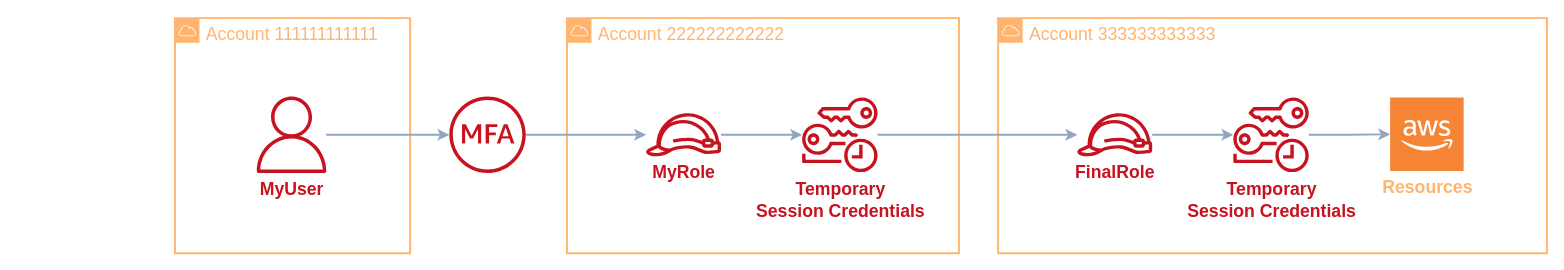
Earlier version of the draw.io diagram docs/role-chaining.drawio (aripalo/vegas-credentials). Source tidied: cells renumbered, new cells numbered last; positions are measured from the earlier drawing's top-left corner, leaving out a move shared by most shapes. Both pictures are drawn from the tidied source at 98%, with x=0, y=0 at pixel (174, 18).
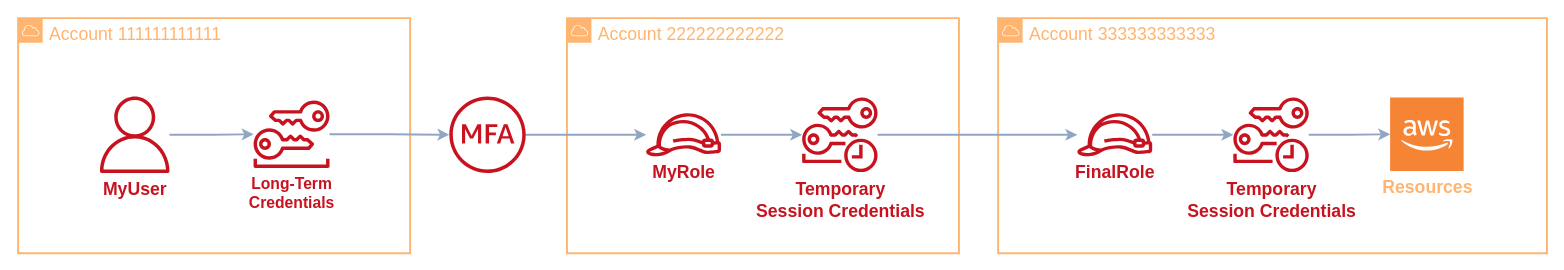
After the change.

Commit message (it also covers changes not shown here):
docs: improve role-chaining diagram

The edit, as a diff of the source:
```diff
@@
 <mxGraphModel>
   <root>
     <mxCell id="0" />
     <mxCell id="1" parent="0" />
     <mxCell id="2" value="Account 111111111111" style="gradientColor=none;html=1;whiteSpace=wrap;fontSize=18;fontStyle=0;shape=mxgraph.aws4.group;grIcon=mxgraph.aws4.group_aws_cloud;fillColor=none;verticalAlign=top;align=left;spacingLeft=30;dashed=0;strokeColor=#FFB570;fontColor=#FFB570;strokeWidth=2;" parent="1" vertex="1">
-      <mxGeometry width="240" height="240" as="geometry" />
+      <mxGeometry x="-160" width="400" height="240" as="geometry" />
     </mxCell>
     <mxCell id="3" value="Account 222222222222" style="gradientColor=none;html=1;whiteSpace=wrap;fontSize=18;fontStyle=0;shape=mxgraph.aws4.group;grIcon=mxgraph.aws4.group_aws_cloud;fillColor=none;verticalAlign=top;align=left;spacingLeft=30;dashed=0;strokeColor=#FFB570;fontColor=#FFB570;strokeWidth=2;" parent="1" vertex="1">
       <mxGeometry x="400" width="400" height="240" as="geometry" />
     </mxCell>
     <mxCell id="4" value="Account 333333333333" style="gradientColor=none;html=1;whiteSpace=wrap;fontSize=18;fontStyle=0;shape=mxgraph.aws4.group;grIcon=mxgraph.aws4.group_aws_cloud;fillColor=none;verticalAlign=top;align=left;spacingLeft=30;dashed=0;strokeColor=#FFB570;fontColor=#FFB570;strokeWidth=2;" parent="1" vertex="1">
       <mxGeometry x="840" width="560" height="240" as="geometry" />
     </mxCell>
     <mxCell id="5" style="edgeStyle=orthogonalEdgeStyle;rounded=0;jettySize=auto;html=1;fontSize=18;fontColor=#C7131F;strokeColor=#90A6C2;strokeWidth=2;" parent="1" edge="1" source="6" target="16">
       <mxGeometry relative="1" as="geometry" />
     </mxCell>
     <mxCell id="6" value="FinalRole" style="outlineConnect=0;gradientColor=none;fillColor=#C7131F;strokeColor=none;dashed=0;verticalLabelPosition=bottom;verticalAlign=top;align=center;html=1;fontSize=18;fontStyle=1;shape=mxgraph.aws4.role;fontColor=#C7131F;" parent="1" vertex="1">
       <mxGeometry x="920" y="97" width="78" height="44" as="geometry" />
     </mxCell>
     <mxCell id="7" style="edgeStyle=orthogonalEdgeStyle;rounded=0;jettySize=auto;html=1;fontSize=18;fontColor=#C7131F;strokeColor=#90A6C2;strokeWidth=2;" parent="1" edge="1" source="8" target="10">
       <mxGeometry relative="1" as="geometry" />
     </mxCell>
     <mxCell id="8" value="MyRole" style="outlineConnect=0;gradientColor=none;fillColor=#C7131F;strokeColor=none;dashed=0;verticalLabelPosition=bottom;verticalAlign=top;align=center;html=1;fontSize=18;fontStyle=1;shape=mxgraph.aws4.role;fontColor=#C7131F;" parent="1" vertex="1">
       <mxGeometry x="480" y="97" width="78" height="44" as="geometry" />
     </mxCell>
     <mxCell id="9" style="edgeStyle=orthogonalEdgeStyle;rounded=0;jettySize=auto;html=1;fontSize=18;fontColor=#C7131F;strokeColor=#90A6C2;strokeWidth=2;" parent="1" edge="1" source="10" target="6">
       <mxGeometry relative="1" as="geometry" />
     </mxCell>
     <mxCell id="10" value="Temporary&lt;br&gt;Session Credentials" style="outlineConnect=0;gradientColor=none;fillColor=#C7131F;strokeColor=none;dashed=0;verticalLabelPosition=bottom;verticalAlign=top;align=center;html=1;fontSize=18;fontStyle=1;shape=mxgraph.aws4.temporary_security_credential;fontColor=#C7131F;" parent="1" vertex="1">
       <mxGeometry x="640" y="80" width="77" height="78" as="geometry" />
     </mxCell>
     <mxCell id="11" style="edgeStyle=orthogonalEdgeStyle;rounded=0;jettySize=auto;html=1;fontSize=18;fontColor=#C7131F;strokeColor=#90A6C2;strokeWidth=2;" parent="1" edge="1" source="12" target="8">
       <mxGeometry relative="1" as="geometry" />
     </mxCell>
     <mxCell id="12" style="outlineConnect=0;gradientColor=none;fillColor=#C7131F;strokeColor=none;dashed=0;verticalLabelPosition=bottom;verticalAlign=top;align=center;html=1;fontSize=18;fontStyle=1;shape=mxgraph.aws4.mfa_token;fontColor=#C7131F;" parent="1" vertex="1">
       <mxGeometry x="280" y="80" width="78" height="78" as="geometry" />
     </mxCell>
-    <mxCell id="13" style="edgeStyle=orthogonalEdgeStyle;rounded=0;jettySize=auto;html=1;fontSize=18;fontColor=#C7131F;strokeColor=#90A6C2;strokeWidth=2;" parent="1" edge="1" source="14" target="12">
-      <mxGeometry relative="1" as="geometry" />
-    </mxCell>
+    <mxCell id="18" style="edgeStyle=orthogonalEdgeStyle;rounded=0;jettySize=auto;html=1;strokeWidth=2;strokeColor=#90A6C2;" parent="1" edge="1" source="14" target="20">
+      <mxGeometry relative="1" as="geometry" />
+    </mxCell>
     <mxCell id="14" value="MyUser" style="outlineConnect=0;gradientColor=none;strokeColor=none;dashed=0;verticalLabelPosition=bottom;verticalAlign=top;align=center;html=1;fontSize=18;fontStyle=1;shape=mxgraph.aws4.user;fillColor=#C7131F;fontColor=#C7131F;" parent="1" vertex="1">
-      <mxGeometry x="80" y="80" width="78" height="78" as="geometry" />
+      <mxGeometry x="-80" y="80" width="78" height="78" as="geometry" />
     </mxCell>
     <mxCell id="15" style="edgeStyle=orthogonalEdgeStyle;rounded=0;jettySize=auto;html=1;fontSize=18;fontColor=#FFB570;strokeColor=#90A6C2;strokeWidth=2;" parent="1" edge="1" source="16" target="17">
       <mxGeometry relative="1" as="geometry" />
     </mxCell>
     <mxCell id="16" value="Temporary&lt;br&gt;Session Credentials" style="outlineConnect=0;gradientColor=none;fillColor=#C7131F;strokeColor=none;dashed=0;verticalLabelPosition=bottom;verticalAlign=top;align=center;html=1;fontSize=18;fontStyle=1;shape=mxgraph.aws4.temporary_security_credential;fontColor=#C7131F;" parent="1" vertex="1">
       <mxGeometry x="1080" y="80" width="77" height="78" as="geometry" />
     </mxCell>
     <mxCell id="17" value="Resources" style="outlineConnect=0;dashed=0;verticalLabelPosition=bottom;verticalAlign=top;align=center;html=1;shape=mxgraph.aws3.cloud_2;fillColor=#F58534;gradientColor=none;fontSize=18;strokeColor=#FFB570;fontColor=#FFB570;fontStyle=1;" parent="1" vertex="1">
       <mxGeometry x="1240" y="81" width="75" height="75" as="geometry" />
     </mxCell>
+    <mxCell id="19" style="edgeStyle=orthogonalEdgeStyle;rounded=0;jettySize=auto;html=1;strokeWidth=2;strokeColor=#90A6C2;" parent="1" edge="1" source="20" target="12">
+      <mxGeometry relative="1" as="geometry" />
+    </mxCell>
+    <mxCell id="20" value="Long-Term&lt;br style=&quot;font-size: 16px;&quot;&gt;Credentials" style="outlineConnect=0;gradientColor=none;fillColor=#C7131F;strokeColor=none;dashed=0;verticalLabelPosition=bottom;verticalAlign=top;align=center;html=1;fontSize=16;fontStyle=1;shape=mxgraph.aws4.long_term_security_credential;fontColor=#C7131F;" parent="1" vertex="1">
+      <mxGeometry x="80" y="84" width="78" height="69" as="geometry" />
+    </mxCell>
   </root>
 </mxGraphModel>
```
